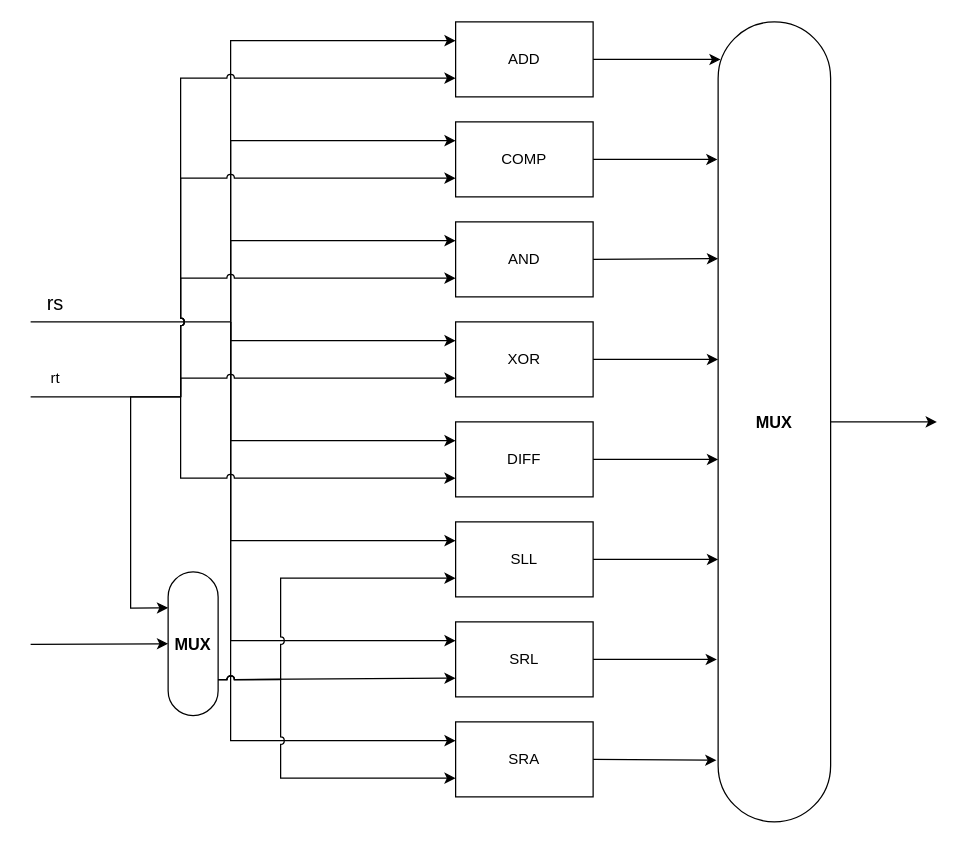
The draw.io diagram page "ALU" (2 of 2) of Data path.drawio in nespar7/CompilersLab, before the edit. Source tidied: cells renumbered, new cells numbered last; positions are measured from the earlier drawing's top-left corner, leaving out a move shared by most shapes. Both pictures are drawn from the tidied source at 125%, with x=0, y=0 at pixel (30, 21).
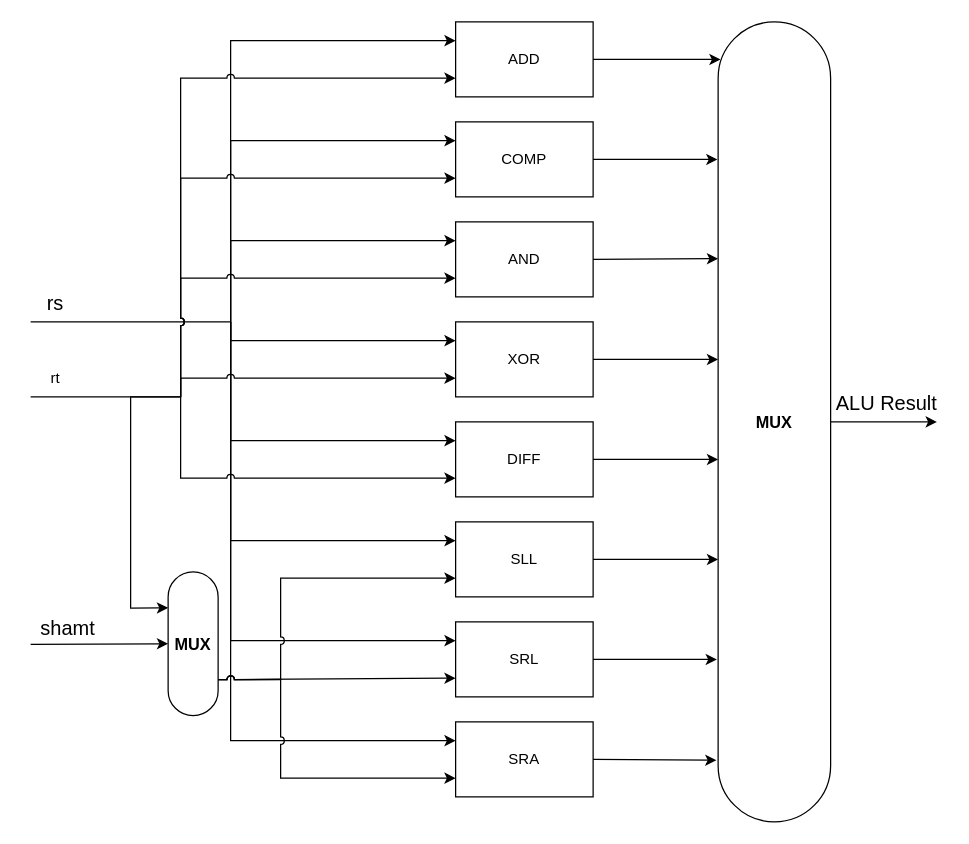
After the change.

Diff of the diagram source:
```diff
@@
+    <mxCell id="41" value="shamt" style="text;html=1;strokeColor=none;fillColor=none;align=center;verticalAlign=middle;whiteSpace=wrap;rounded=0;fontSize=16;" parent="1" vertex="1">
+      <mxGeometry y="470" width="60" height="30" as="geometry" />
+    </mxCell>
+    <mxCell id="42" value="ALU Result" style="text;html=1;strokeColor=none;fillColor=none;align=center;verticalAlign=middle;whiteSpace=wrap;rounded=0;fontSize=16;" parent="1" vertex="1">
+      <mxGeometry x="640" y="290" width="90" height="30" as="geometry" />
+    </mxCell>
```
